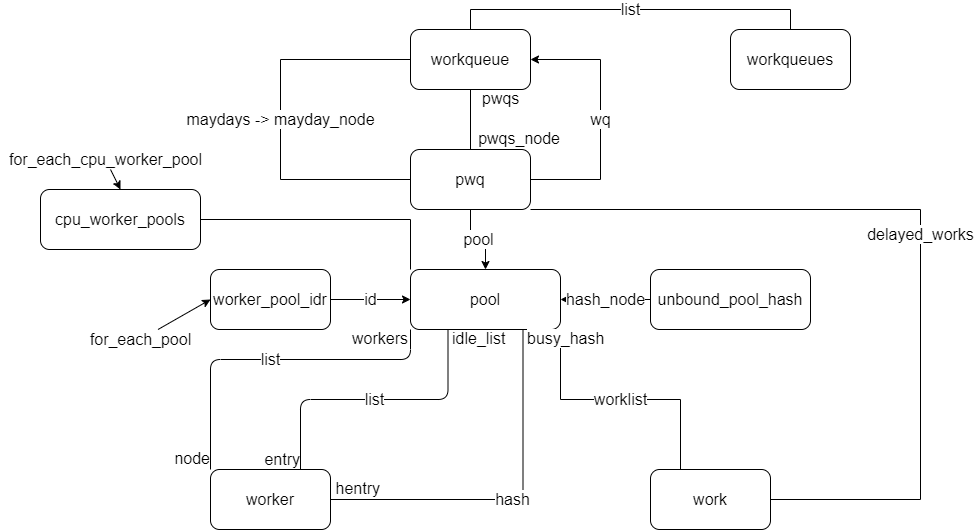
This is workqueue.png from craftsfish/design, a draw.io export, as it was before one commit. Source tidied: cells renumbered, new cells last; positions are measured from the earlier drawing's top-left corner, leaving out a move shared by most shapes.
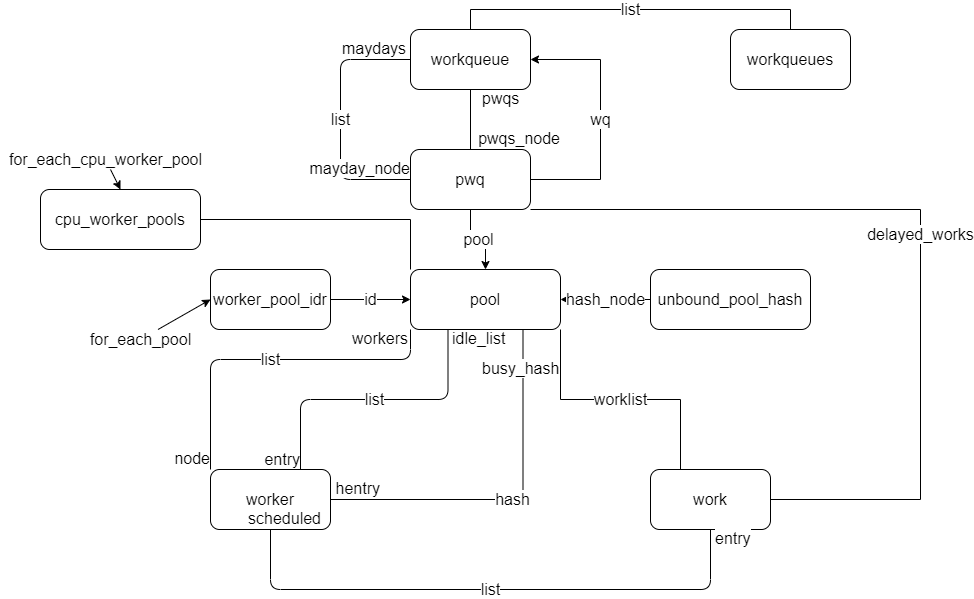
The same diagram one commit later.

Change to the diagram source:
```diff
@@ -5,14 +5,6 @@
     <mxCell id="2" value="worker" style="rounded=1;whiteSpace=wrap;html=1;fontSize=16;" parent="1" vertex="1">
       <mxGeometry x="210" y="440" width="120" height="60" as="geometry" />
     </mxCell>
-    <mxCell id="3" value="maydays -&amp;gt; mayday_node" style="edgeStyle=orthogonalEdgeStyle;rounded=0;jettySize=auto;html=1;exitX=0;exitY=0.5;exitDx=0;exitDy=0;entryX=0;entryY=0.5;entryDx=0;entryDy=0;startArrow=none;startFill=0;endArrow=none;endFill=0;fontSize=16;" parent="1" edge="1" source="25" target="7">
-      <mxGeometry relative="1" as="geometry">
-        <Array as="points">
-          <mxPoint x="280" y="30" />
-          <mxPoint x="280" y="150" />
-        </Array>
-      </mxGeometry>
-    </mxCell>
     <mxCell id="4" value="pool" style="edgeStyle=orthogonalEdgeStyle;rounded=0;jettySize=auto;html=1;exitX=0.5;exitY=1;exitDx=0;exitDy=0;entryX=0.5;entryY=0;entryDx=0;entryDy=0;fontSize=16;" parent="1" edge="1" source="7" target="32">
       <mxGeometry relative="1" as="geometry" />
     </mxCell>
@@ -128,7 +120,7 @@
     </mxCell>
     <mxCell id="34" value="busy_hash" style="edgeLabel;html=1;align=left;verticalAlign=bottom;fontSize=16;" parent="33" vertex="1">
       <mxGeometry x="-1" relative="1" as="geometry">
-        <mxPoint x="2.5" y="20" as="offset" />
+        <mxPoint x="-42.5" y="50" as="offset" />
       </mxGeometry>
     </mxCell>
     <mxCell id="35" value="hentry" style="edgeLabel;html=1;align=right;verticalAlign=bottom;fontSize=16;" parent="33" vertex="1">
@@ -136,5 +128,39 @@
         <mxPoint x="50.5" as="offset" />
       </mxGeometry>
     </mxCell>
+    <mxCell id="36" value="list" style="endArrow=none;html=1;fontSize=16;exitX=0.5;exitY=1;exitDx=0;exitDy=0;entryX=0.5;entryY=1;entryDx=0;entryDy=0;edgeStyle=orthogonalEdgeStyle;endFill=0;" parent="1" edge="1" source="13" target="2">
+      <mxGeometry relative="1" as="geometry">
+        <Array as="points">
+          <mxPoint x="710" y="560" />
+          <mxPoint x="270" y="560" />
+        </Array>
+      </mxGeometry>
+    </mxCell>
+    <mxCell id="37" value="entry" style="edgeLabel;html=1;align=left;verticalAlign=bottom;fontSize=16;" parent="36" vertex="1">
+      <mxGeometry x="-1" relative="1" as="geometry">
+        <mxPoint x="2.5" y="20" as="offset" />
+      </mxGeometry>
+    </mxCell>
+    <mxCell id="38" value="scheduled" style="edgeLabel;html=1;align=right;verticalAlign=bottom;fontSize=16;" parent="36" vertex="1">
+      <mxGeometry x="1" relative="1" as="geometry">
+        <mxPoint x="50.5" as="offset" />
+      </mxGeometry>
+    </mxCell>
+    <mxCell id="3" value="list" style="endArrow=none;html=1;fontSize=16;entryX=0;entryY=0.5;entryDx=0;entryDy=0;edgeStyle=orthogonalEdgeStyle;endFill=0;exitX=0;exitY=0.5;exitDx=0;exitDy=0;" parent="1" edge="1" source="25" target="7">
+      <mxGeometry relative="1" as="geometry">
+        <Array as="points">
+          <mxPoint x="340" y="30" />
+          <mxPoint x="340" y="150" />
+        </Array>
+      </mxGeometry>
+    </mxCell>
+    <mxCell id="39" value="maydays" style="edgeLabel;html=1;align=left;verticalAlign=bottom;fontSize=16;" parent="3" vertex="1">
+      <mxGeometry x="-1" relative="1" as="geometry">
+        <mxPoint x="-70" as="offset" />
+      </mxGeometry>
+    </mxCell>
+    <mxCell id="40" value="mayday_node" style="edgeLabel;html=1;align=right;verticalAlign=bottom;fontSize=16;" parent="3" vertex="1">
+      <mxGeometry x="1" relative="1" as="geometry" />
+    </mxCell>
   </root>
 </mxGraphModel>
```
